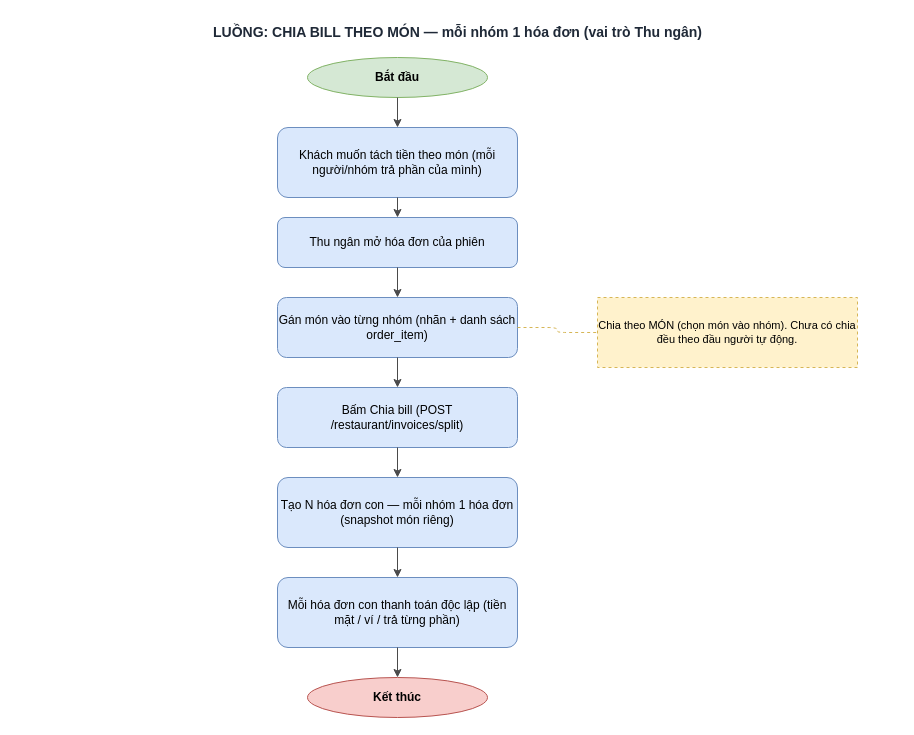
The draw.io diagram page "2. Chia bill theo mon (Thu ngan)" (2 of 3) of docs/diagrams/luong-gom-ban-chia-bill.drawio in thanhhoa3514/restaurant-management, before the edit. Source tidied: cells renumbered, new cells numbered last; positions are measured from the earlier drawing's top-left corner, leaving out a move shared by most shapes. Both pictures are drawn from the tidied source at 100%, with x=0, y=0 at pixel (17, 17).
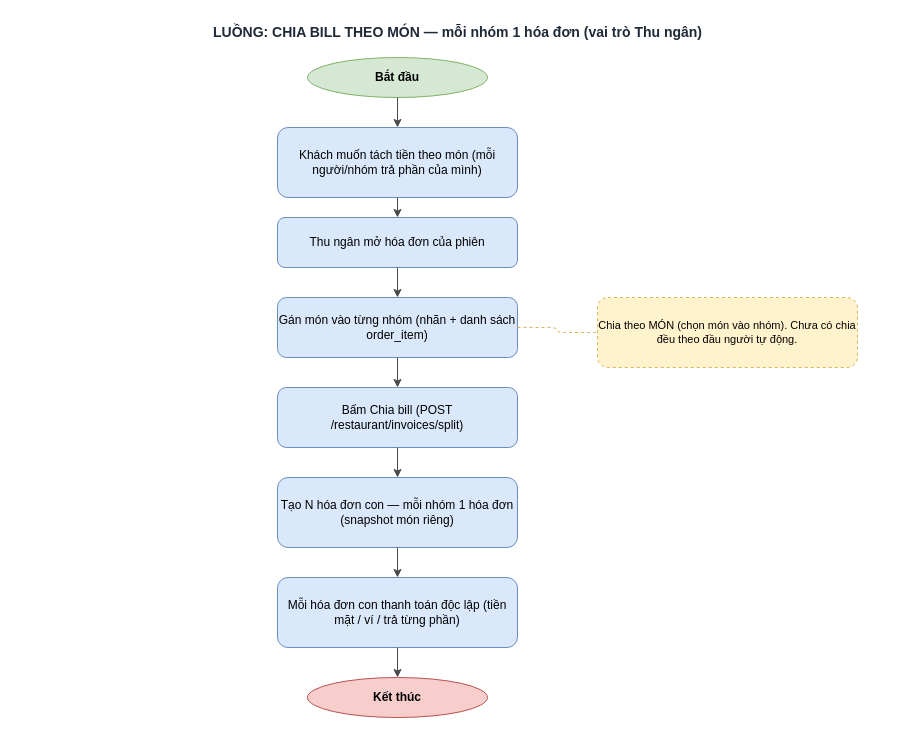
After the change.

The edit, as a diff of the source:
```diff
@@
 <mxGraphModel>
   <root>
     <mxCell id="0" />
     <mxCell id="1" parent="0" />
     <mxCell id="2" value="LUỒNG: CHIA BILL THEO MÓN — mỗi nhóm 1 hóa đơn (vai trò Thu ngân)" style="text;html=1;align=center;fontSize=14;fontStyle=1;fontColor=#1F2937;" parent="1" vertex="1">
       <mxGeometry width="880" height="24" as="geometry" />
     </mxCell>
     <mxCell id="3" value="Bắt đầu" style="ellipse;whiteSpace=wrap;html=1;fillColor=#D5E8D4;strokeColor=#82B366;fontStyle=1;" parent="1" vertex="1">
       <mxGeometry x="290" y="40" width="180" height="40" as="geometry" />
     </mxCell>
     <mxCell id="4" value="Khách muốn tách tiền theo món (mỗi người/nhóm trả phần của mình)" style="rounded=1;whiteSpace=wrap;html=1;fillColor=#DAE8FC;strokeColor=#6C8EBF;" parent="1" vertex="1">
       <mxGeometry x="260" y="110" width="240" height="70" as="geometry" />
     </mxCell>
     <mxCell id="5" value="Thu ngân mở hóa đơn của phiên" style="rounded=1;whiteSpace=wrap;html=1;fillColor=#DAE8FC;strokeColor=#6C8EBF;" parent="1" vertex="1">
       <mxGeometry x="260" y="200" width="240" height="50" as="geometry" />
     </mxCell>
     <mxCell id="6" value="Gán món vào từng nhóm (nhãn + danh sách order_item)" style="rounded=1;whiteSpace=wrap;html=1;fillColor=#DAE8FC;strokeColor=#6C8EBF;" parent="1" vertex="1">
       <mxGeometry x="260" y="280" width="240" height="60" as="geometry" />
     </mxCell>
     <mxCell id="7" value="Bấm Chia bill (POST /restaurant/invoices/split)" style="rounded=1;whiteSpace=wrap;html=1;fillColor=#DAE8FC;strokeColor=#6C8EBF;" parent="1" vertex="1">
       <mxGeometry x="260" y="370" width="240" height="60" as="geometry" />
     </mxCell>
     <mxCell id="8" value="Tạo N hóa đơn con — mỗi nhóm 1 hóa đơn (snapshot món riêng)" style="rounded=1;whiteSpace=wrap;html=1;fillColor=#DAE8FC;strokeColor=#6C8EBF;" parent="1" vertex="1">
       <mxGeometry x="260" y="460" width="240" height="70" as="geometry" />
     </mxCell>
     <mxCell id="9" value="Mỗi hóa đơn con thanh toán độc lập (tiền mặt / ví / trả từng phần)" style="rounded=1;whiteSpace=wrap;html=1;fillColor=#DAE8FC;strokeColor=#6C8EBF;" parent="1" vertex="1">
       <mxGeometry x="260" y="560" width="240" height="70" as="geometry" />
     </mxCell>
-    <mxCell id="10" value="Chia theo MÓN (chọn món vào nhóm). Chưa có chia đều theo đầu người tự động." style="rounded=0;whiteSpace=wrap;html=1;dashed=1;fillColor=#FFF2CC;strokeColor=#D6B656;fontSize=11;" parent="1" vertex="1">
+    <mxCell id="10" value="Chia theo MÓN (chọn món vào nhóm). Chưa có chia đều theo đầu người tự động." style="rounded=1;whiteSpace=wrap;html=1;dashed=1;fillColor=#FFF2CC;strokeColor=#D6B656;fontSize=11;" parent="1" vertex="1">
       <mxGeometry x="580" y="280" width="260" height="70" as="geometry" />
     </mxCell>
     <mxCell id="11" value="Kết thúc" style="ellipse;whiteSpace=wrap;html=1;fillColor=#F8CECC;strokeColor=#B85450;fontStyle=1;" parent="1" vertex="1">
       <mxGeometry x="290" y="660" width="180" height="40" as="geometry" />
     </mxCell>
     <mxCell id="12" style="edgeStyle=orthogonalEdgeStyle;html=1;endArrow=classic;strokeColor=#4A4A4A;" parent="1" edge="1" source="3" target="4">
       <mxGeometry relative="1" as="geometry" />
     </mxCell>
     <mxCell id="13" style="edgeStyle=orthogonalEdgeStyle;html=1;endArrow=classic;strokeColor=#4A4A4A;" parent="1" edge="1" source="4" target="5">
       <mxGeometry relative="1" as="geometry" />
     </mxCell>
     <mxCell id="14" style="edgeStyle=orthogonalEdgeStyle;html=1;endArrow=classic;strokeColor=#4A4A4A;" parent="1" edge="1" source="5" target="6">
       <mxGeometry relative="1" as="geometry" />
     </mxCell>
     <mxCell id="15" style="edgeStyle=orthogonalEdgeStyle;html=1;endArrow=classic;strokeColor=#4A4A4A;" parent="1" edge="1" source="6" target="7">
       <mxGeometry relative="1" as="geometry" />
     </mxCell>
     <mxCell id="16" style="edgeStyle=orthogonalEdgeStyle;html=1;endArrow=classic;strokeColor=#4A4A4A;" parent="1" edge="1" source="7" target="8">
       <mxGeometry relative="1" as="geometry" />
     </mxCell>
     <mxCell id="17" style="edgeStyle=orthogonalEdgeStyle;html=1;endArrow=classic;strokeColor=#4A4A4A;" parent="1" edge="1" source="8" target="9">
       <mxGeometry relative="1" as="geometry" />
     </mxCell>
     <mxCell id="18" style="edgeStyle=orthogonalEdgeStyle;html=1;endArrow=classic;strokeColor=#4A4A4A;" parent="1" edge="1" source="9" target="11">
       <mxGeometry relative="1" as="geometry" />
     </mxCell>
     <mxCell id="19" style="edgeStyle=orthogonalEdgeStyle;html=1;endArrow=none;dashed=1;strokeColor=#D6B656;exitX=1;exitY=0.5;entryX=0;entryY=0.5;" parent="1" edge="1" source="6" target="10">
       <mxGeometry relative="1" as="geometry" />
     </mxCell>
   </root>
 </mxGraphModel>
```
